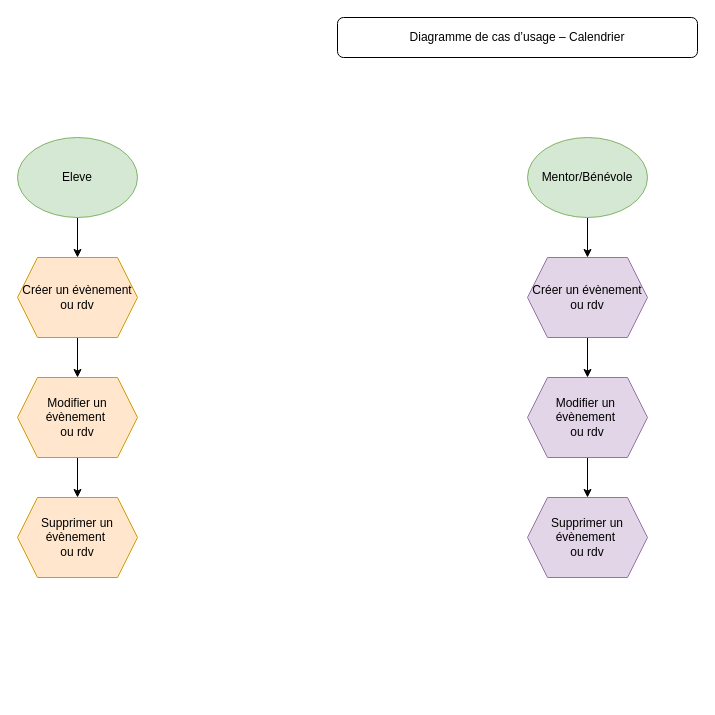
The draw.io diagram Diagramme de cas d’usage – Calendrier.drawio in frederic5962/Learn-Home_p10, before the edit. Source tidied: cells renumbered, new cells numbered last; positions are measured from the earlier drawing's top-left corner, leaving out a move shared by most shapes. Both pictures are drawn from the tidied source at 100%, with x=0, y=0 at pixel (17, 17).
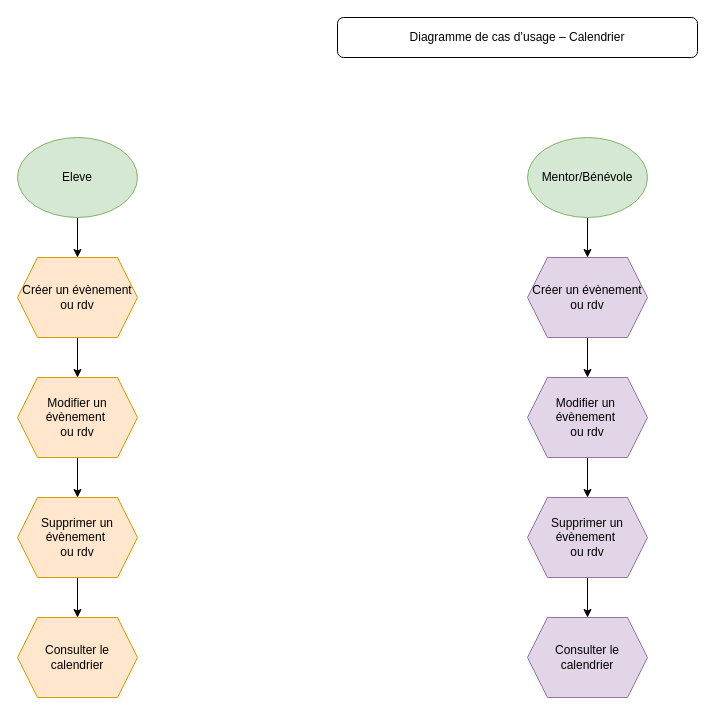
After the change.

Commit message (it also covers changes not shown here):
Mettre à jour Diagramme de cas d’usage – Calendrier.drawio

Unchanged cells that the change refers to:
```xml
<mxCell id="13" value="Supprimer un&lt;div&gt;évènement&amp;nbsp;&lt;/div&gt;&lt;div&gt;ou rdv&lt;/div&gt;" style="shape=hexagon;perimeter=hexagonPerimeter2;whiteSpace=wrap;html=1;fixedSize=1;fillColor=#ffe6cc;strokeColor=#d79b00;" parent="1" vertex="1">
  <mxGeometry y="480" width="120" height="80" as="geometry" />
</mxCell>
<mxCell id="16" value="Supprimer un&lt;div&gt;évènement&amp;nbsp;&lt;/div&gt;&lt;div&gt;ou rdv&lt;/div&gt;" style="shape=hexagon;perimeter=hexagonPerimeter2;whiteSpace=wrap;html=1;fixedSize=1;fillColor=#e1d5e7;strokeColor=#9673a6;" parent="1" vertex="1">
  <mxGeometry x="510" y="480" width="120" height="80" as="geometry" />
</mxCell>
```

Change to the diagram source:
```diff
@@
+    <mxCell id="17" style="edgeStyle=orthogonalEdgeStyle;rounded=0;jettySize=auto;html=1;" parent="1" edge="1" source="13" target="19">
+      <mxGeometry relative="1" as="geometry" />
+    </mxCell>
@@
+    <mxCell id="18" style="edgeStyle=orthogonalEdgeStyle;rounded=0;jettySize=auto;html=1;" parent="1" edge="1" source="16" target="20">
+      <mxGeometry relative="1" as="geometry" />
+    </mxCell>
@@
+    <mxCell id="19" value="Consulter le calendrier" style="shape=hexagon;perimeter=hexagonPerimeter2;whiteSpace=wrap;html=1;fixedSize=1;fillColor=#ffe6cc;strokeColor=#d79b00;" parent="1" vertex="1">
+      <mxGeometry y="600" width="120" height="80" as="geometry" />
+    </mxCell>
+    <mxCell id="20" value="Consulter le calendrier" style="shape=hexagon;perimeter=hexagonPerimeter2;whiteSpace=wrap;html=1;fixedSize=1;fillColor=#e1d5e7;strokeColor=#9673a6;" parent="1" vertex="1">
+      <mxGeometry x="510" y="600" width="120" height="80" as="geometry" />
+    </mxCell>
```
